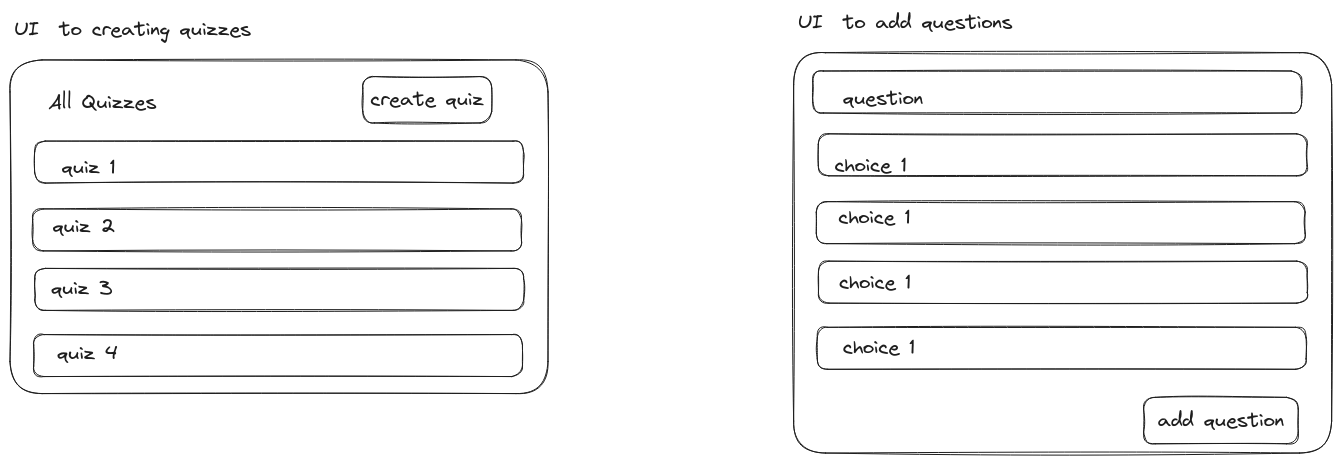
SahanaSV19/expressquiz keeps this Excalidraw diagram as z.excalidraw.png. Above is the earlier version. Source tidied: one line per element, renumbered; positions are measured from the earlier drawing's top-left corner, leaving out a move shared by most shapes. The source it was exported from:
```json
{"id": 0, "type": "text", "text": "UI  to add questions", "strokeColor": "#1e1e1e", "strokeWidth": 1, "roughness": 1, "fontSize": 20, "fontFamily": 1, "x": 788, "y": 0, "width": 215, "height": 25}
{"id": 1, "type": "rectangle", "strokeColor": "#1e1e1e", "strokeWidth": 1, "roughness": 1, "round": true, "x": 784, "y": 43, "width": 538, "height": 400}
{"id": 2, "type": "rectangle", "strokeColor": "#1e1e1e", "strokeWidth": 1, "roughness": 1, "round": true, "x": 803, "y": 61, "width": 489, "height": 42}
{"id": 3, "type": "text", "text": "question", "strokeColor": "#1e1e1e", "strokeWidth": 1, "roughness": 1, "fontSize": 20, "fontFamily": 1, "x": 833, "y": 76, "width": 80, "height": 25}
{"id": 4, "type": "rectangle", "strokeColor": "#1e1e1e", "strokeWidth": 1, "roughness": 1, "round": true, "x": 808, "y": 124, "width": 489, "height": 42}
{"id": 5, "type": "rectangle", "strokeColor": "#1e1e1e", "strokeWidth": 1, "roughness": 1, "round": true, "x": 806, "y": 192, "width": 489, "height": 42}
{"id": 6, "type": "rectangle", "strokeColor": "#1e1e1e", "strokeWidth": 1, "roughness": 1, "round": true, "x": 808, "y": 251, "width": 489, "height": 42}
{"id": 7, "type": "rectangle", "strokeColor": "#1e1e1e", "strokeWidth": 1, "roughness": 1, "round": true, "x": 807, "y": 317, "width": 489, "height": 42}
{"id": 8, "type": "text", "text": "UI  to creating quizzes", "strokeColor": "#1e1e1e", "strokeWidth": 1, "roughness": 1, "fontSize": 20, "fontFamily": 1, "x": 4, "y": 7, "width": 237, "height": 25}
{"id": 9, "type": "rectangle", "strokeColor": "#1e1e1e", "strokeWidth": 1, "roughness": 1, "round": true, "x": 0, "y": 50, "width": 538, "height": 334}
{"id": 10, "type": "text", "text": "quiz 2", "strokeColor": "#1e1e1e", "strokeWidth": 1, "roughness": 1, "fontSize": 20, "fontFamily": 1, "x": 43, "y": 204, "width": 62, "height": 25}
{"id": 11, "type": "rectangle", "strokeColor": "#1e1e1e", "strokeWidth": 1, "roughness": 1, "round": true, "x": 25, "y": 131, "width": 489, "height": 42}
{"id": 12, "type": "rectangle", "strokeColor": "#1e1e1e", "strokeWidth": 1, "roughness": 1, "round": true, "x": 23, "y": 199, "width": 489, "height": 42}
{"id": 13, "type": "rectangle", "strokeColor": "#1e1e1e", "strokeWidth": 1, "roughness": 1, "round": true, "x": 25, "y": 258, "width": 489, "height": 42}
{"id": 14, "type": "rectangle", "strokeColor": "#1e1e1e", "strokeWidth": 1, "roughness": 1, "round": true, "x": 24, "y": 325, "width": 489, "height": 42}
{"id": 15, "type": "text", "text": "All Quizzes", "strokeColor": "#1e1e1e", "strokeWidth": 1, "roughness": 1, "fontSize": 20, "fontFamily": 1, "x": 38, "y": 80, "width": 108, "height": 25}
{"id": 16, "type": "text", "text": "quiz 1", "strokeColor": "#1e1e1e", "strokeWidth": 1, "roughness": 1, "fontSize": 20, "fontFamily": 1, "x": 52, "y": 145, "width": 54, "height": 25}
{"id": 17, "type": "text", "text": "quiz 3", "strokeColor": "#1e1e1e", "strokeWidth": 1, "roughness": 1, "fontSize": 20, "fontFamily": 1, "x": 41, "y": 266, "width": 62, "height": 25}
{"id": 18, "type": "text", "text": "quiz 4", "strokeColor": "#1e1e1e", "strokeWidth": 1, "roughness": 1, "fontSize": 20, "fontFamily": 1, "x": 47, "y": 331, "width": 61, "height": 25}
{"id": 19, "type": "rectangle", "strokeColor": "#1e1e1e", "strokeWidth": 1, "roughness": 1, "round": true, "x": 353, "y": 67, "width": 129, "height": 46}
{"id": 20, "type": "text", "text": "create quiz", "strokeColor": "#1e1e1e", "strokeWidth": 1, "roughness": 1, "fontSize": 20, "fontFamily": 1, "textAlign": "center", "verticalAlign": "middle", "inside": 19, "x": 361, "y": 77, "width": 113, "height": 25}
{"id": 21, "type": "text", "text": "choice 1", "strokeColor": "#1e1e1e", "strokeWidth": 1, "roughness": 1, "fontSize": 20, "fontFamily": 1, "x": 825, "y": 143, "width": 72, "height": 25}
{"id": 22, "type": "text", "text": "choice 1", "strokeColor": "#1e1e1e", "strokeWidth": 1, "roughness": 1, "fontSize": 20, "fontFamily": 1, "x": 829, "y": 195, "width": 72, "height": 25}
{"id": 23, "type": "text", "text": "choice 1", "strokeColor": "#1e1e1e", "strokeWidth": 1, "roughness": 1, "fontSize": 20, "fontFamily": 1, "x": 829, "y": 260, "width": 72, "height": 25}
{"id": 24, "type": "text", "text": "choice 1", "strokeColor": "#1e1e1e", "strokeWidth": 1, "roughness": 1, "fontSize": 20, "fontFamily": 1, "x": 833, "y": 325, "width": 72, "height": 25}
{"id": 25, "type": "rectangle", "strokeColor": "#1e1e1e", "strokeWidth": 1, "roughness": 1, "round": true, "x": 1134, "y": 387, "width": 155, "height": 46}
{"id": 26, "type": "text", "text": "add question", "strokeColor": "#1e1e1e", "strokeWidth": 1, "roughness": 1, "fontSize": 20, "fontFamily": 1, "textAlign": "center", "verticalAlign": "middle", "inside": 25, "x": 1148, "y": 398, "width": 126, "height": 25}
```
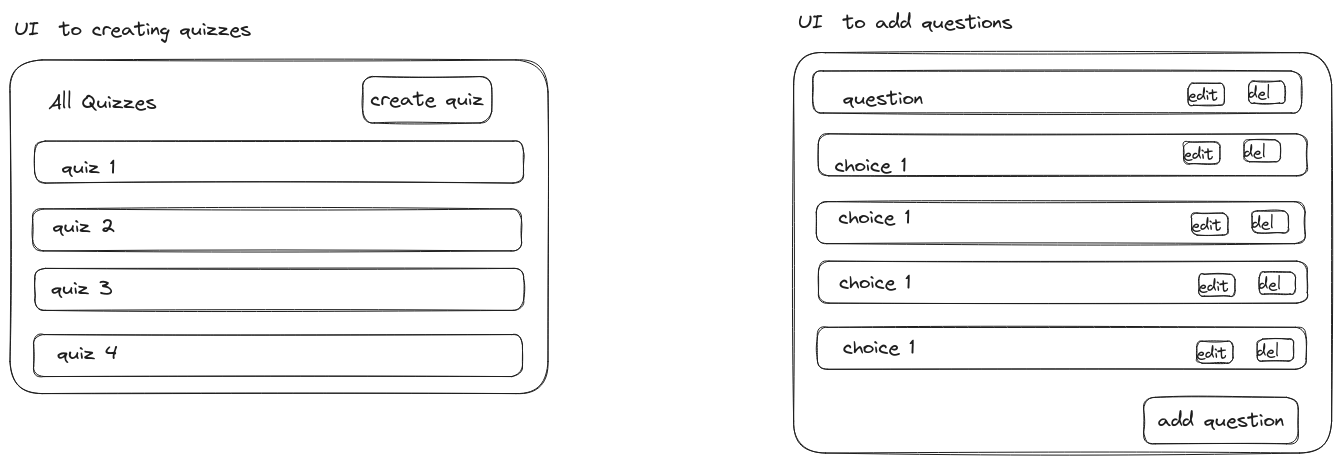
Later version of the same file.

What changed in the source:
```diff
@@ -25,3 +25,23 @@
 {"id": 24, "type": "text", "text": "choice 1", "strokeColor": "#1e1e1e", "strokeWidth": 1, "roughness": 1, "fontSize": 20, "fontFamily": 1, "x": 833, "y": 325, "width": 72, "height": 25}
 {"id": 25, "type": "rectangle", "strokeColor": "#1e1e1e", "strokeWidth": 1, "roughness": 1, "round": true, "x": 1134, "y": 387, "width": 155, "height": 46}
 {"id": 26, "type": "text", "text": "add question", "strokeColor": "#1e1e1e", "strokeWidth": 1, "roughness": 1, "fontSize": 20, "fontFamily": 1, "textAlign": "center", "verticalAlign": "middle", "inside": 25, "x": 1148, "y": 398, "width": 126, "height": 25}
+{"id": 27, "type": "rectangle", "strokeColor": "#1e1e1e", "strokeWidth": 1, "roughness": 1, "round": true, "x": 1178, "y": 73, "width": 36, "height": 22}
+{"id": 28, "type": "text", "text": "edit", "strokeColor": "#1e1e1e", "strokeWidth": 1, "roughness": 1, "fontSize": 16, "fontFamily": 1, "x": 1178, "y": 76, "width": 30, "height": 20}
+{"id": 29, "type": "rectangle", "strokeColor": "#1e1e1e", "strokeWidth": 1, "roughness": 1, "round": true, "x": 1239, "y": 71, "width": 36, "height": 22}
+{"id": 30, "type": "text", "text": "del", "strokeColor": "#1e1e1e", "strokeWidth": 1, "roughness": 1, "fontSize": 16, "fontFamily": 1, "x": 1238, "y": 74, "width": 22, "height": 20}
+{"id": 31, "type": "rectangle", "strokeColor": "#1e1e1e", "strokeWidth": 1, "roughness": 1, "round": true, "x": 1174, "y": 132, "width": 36, "height": 22}
+{"id": 32, "type": "text", "text": "edit", "strokeColor": "#1e1e1e", "strokeWidth": 1, "roughness": 1, "fontSize": 16, "fontFamily": 1, "x": 1173, "y": 135, "width": 30, "height": 20}
+{"id": 33, "type": "rectangle", "strokeColor": "#1e1e1e", "strokeWidth": 1, "roughness": 1, "round": true, "x": 1234, "y": 130, "width": 36, "height": 22}
+{"id": 34, "type": "text", "text": "del", "strokeColor": "#1e1e1e", "strokeWidth": 1, "roughness": 1, "fontSize": 16, "fontFamily": 1, "x": 1234, "y": 133, "width": 22, "height": 20}
+{"id": 35, "type": "rectangle", "strokeColor": "#1e1e1e", "strokeWidth": 1, "roughness": 1, "round": true, "x": 1182, "y": 203, "width": 36, "height": 22}
+{"id": 36, "type": "text", "text": "edit", "strokeColor": "#1e1e1e", "strokeWidth": 1, "roughness": 1, "fontSize": 16, "fontFamily": 1, "x": 1181, "y": 206, "width": 30, "height": 20}
+{"id": 37, "type": "rectangle", "strokeColor": "#1e1e1e", "strokeWidth": 1, "roughness": 1, "round": true, "x": 1242, "y": 201, "width": 36, "height": 22}
+{"id": 38, "type": "text", "text": "del", "strokeColor": "#1e1e1e", "strokeWidth": 1, "roughness": 1, "fontSize": 16, "fontFamily": 1, "x": 1242, "y": 204, "width": 22, "height": 20}
+{"id": 39, "type": "rectangle", "strokeColor": "#1e1e1e", "strokeWidth": 1, "roughness": 1, "round": true, "x": 1189, "y": 264, "width": 36, "height": 22}
+{"id": 40, "type": "text", "text": "edit", "strokeColor": "#1e1e1e", "strokeWidth": 1, "roughness": 1, "fontSize": 16, "fontFamily": 1, "x": 1189, "y": 267, "width": 30, "height": 20}
+{"id": 41, "type": "rectangle", "strokeColor": "#1e1e1e", "strokeWidth": 1, "roughness": 1, "round": true, "x": 1249, "y": 262, "width": 36, "height": 22}
+{"id": 42, "type": "text", "text": "del", "strokeColor": "#1e1e1e", "strokeWidth": 1, "roughness": 1, "fontSize": 16, "fontFamily": 1, "x": 1249, "y": 265, "width": 22, "height": 20}
+{"id": 43, "type": "rectangle", "strokeColor": "#1e1e1e", "strokeWidth": 1, "roughness": 1, "round": true, "x": 1187, "y": 331, "width": 36, "height": 22}
+{"id": 44, "type": "text", "text": "edit", "strokeColor": "#1e1e1e", "strokeWidth": 1, "roughness": 1, "fontSize": 16, "fontFamily": 1, "x": 1187, "y": 334, "width": 30, "height": 20}
+{"id": 45, "type": "rectangle", "strokeColor": "#1e1e1e", "strokeWidth": 1, "roughness": 1, "round": true, "x": 1247, "y": 329, "width": 36, "height": 22}
+{"id": 46, "type": "text", "text": "del", "strokeColor": "#1e1e1e", "strokeWidth": 1, "roughness": 1, "fontSize": 16, "fontFamily": 1, "x": 1247, "y": 332, "width": 22, "height": 20}
```
